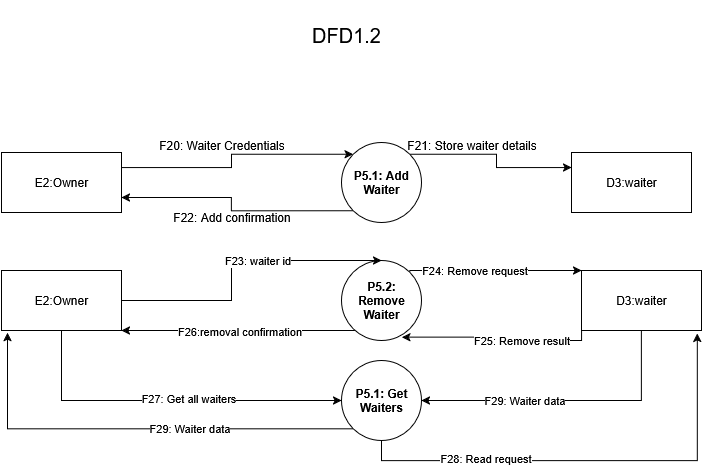
Earlier version of the draw.io export Diagrams/DFD1.2Waiter_Handler.drawio.png (EyasSh/Resturant). Source tidied: cells renumbered, new cells last; positions are measured from the earlier drawing's top-left corner, leaving out a move shared by most shapes.
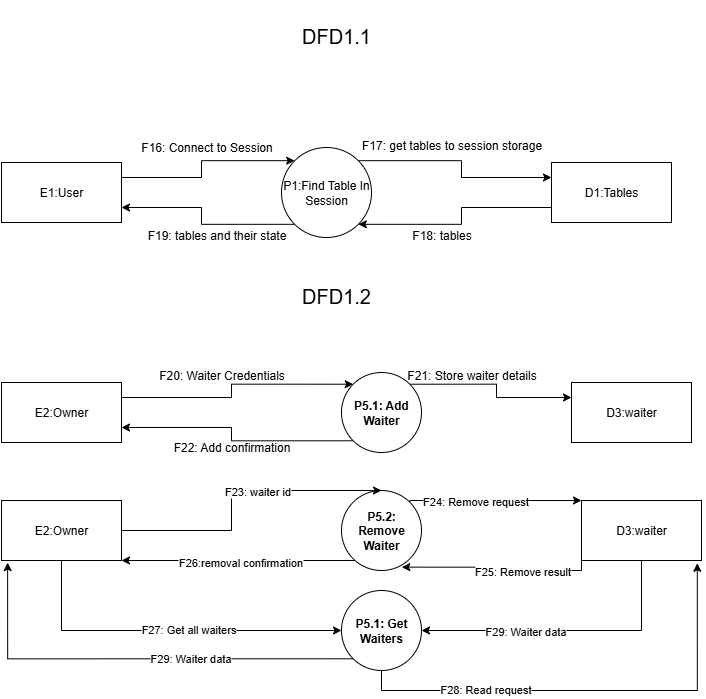
After the change.

Diff of the diagram source:
```diff
@@ -3,7 +3,7 @@
     <mxCell id="0" />
     <mxCell id="1" parent="0" />
     <mxCell id="2" value="DFD1.2" style="text;html=1;align=center;verticalAlign=middle;whiteSpace=wrap;rounded=0;fontSize=20;" parent="1" vertex="1">
-      <mxGeometry x="280" width="130" height="70" as="geometry" />
+      <mxGeometry x="270" y="30" width="130" height="70" as="geometry" />
     </mxCell>
     <mxCell id="3" style="edgeStyle=orthogonalEdgeStyle;rounded=0;jettySize=auto;html=1;exitX=1;exitY=0.25;exitDx=0;exitDy=0;entryX=0;entryY=0;entryDx=0;entryDy=0;" parent="1" edge="1" source="4" target="8">
       <mxGeometry relative="1" as="geometry" />
@@ -112,5 +112,41 @@
     <mxCell id="31" value="F29: Waiter data" style="edgeLabel;html=1;align=center;verticalAlign=middle;" parent="30" vertex="1">
       <mxGeometry x="-0.26" y="-1" relative="1" as="geometry" />
     </mxCell>
+    <mxCell id="32" style="edgeStyle=orthogonalEdgeStyle;rounded=0;jettySize=auto;html=1;exitX=1;exitY=0.25;exitDx=0;exitDy=0;entryX=0;entryY=0;entryDx=0;entryDy=0;" parent="1" edge="1" source="33" target="38">
+      <mxGeometry relative="1" as="geometry" />
+    </mxCell>
+    <mxCell id="33" value="E1:User" style="rounded=0;whiteSpace=wrap;html=1;" parent="1" vertex="1">
+      <mxGeometry y="-68" width="120" height="60" as="geometry" />
+    </mxCell>
+    <mxCell id="34" style="edgeStyle=orthogonalEdgeStyle;rounded=0;jettySize=auto;html=1;exitX=0;exitY=0.75;exitDx=0;exitDy=0;entryX=1;entryY=1;entryDx=0;entryDy=0;" parent="1" edge="1" source="35" target="38">
+      <mxGeometry relative="1" as="geometry" />
+    </mxCell>
+    <mxCell id="35" value="D1:Tables" style="rounded=0;whiteSpace=wrap;html=1;" parent="1" vertex="1">
+      <mxGeometry x="550" y="-68" width="120" height="60" as="geometry" />
+    </mxCell>
+    <mxCell id="36" style="edgeStyle=orthogonalEdgeStyle;rounded=0;jettySize=auto;html=1;exitX=1;exitY=0;exitDx=0;exitDy=0;entryX=0;entryY=0.25;entryDx=0;entryDy=0;" parent="1" edge="1" source="38" target="35">
+      <mxGeometry relative="1" as="geometry" />
+    </mxCell>
+    <mxCell id="37" style="edgeStyle=orthogonalEdgeStyle;rounded=0;jettySize=auto;html=1;exitX=0;exitY=1;exitDx=0;exitDy=0;entryX=1;entryY=0.75;entryDx=0;entryDy=0;" parent="1" edge="1" source="38" target="33">
+      <mxGeometry relative="1" as="geometry" />
+    </mxCell>
+    <mxCell id="38" value="P1:Find Table In Session" style="ellipse;whiteSpace=wrap;html=1;" parent="1" vertex="1">
+      <mxGeometry x="280" y="-83" width="90" height="90" as="geometry" />
+    </mxCell>
+    <mxCell id="39" value="&lt;div&gt;F16: Connect to Session&lt;/div&gt;" style="text;html=1;align=center;verticalAlign=middle;strokeColor=none;fillColor=none;" parent="1" vertex="1">
+      <mxGeometry x="130" y="-98" width="150" height="30" as="geometry" />
+    </mxCell>
+    <mxCell id="40" value="F17: get tables to session storage" style="text;html=1;align=center;verticalAlign=middle;strokeColor=none;fillColor=none;" parent="1" vertex="1">
+      <mxGeometry x="350" y="-100" width="200" height="30" as="geometry" />
+    </mxCell>
+    <mxCell id="41" value="F18: tables" style="text;html=1;align=center;verticalAlign=middle;strokeColor=none;fillColor=none;" parent="1" vertex="1">
+      <mxGeometry x="400" y="-10" width="80" height="30" as="geometry" />
+    </mxCell>
+    <mxCell id="42" value="&lt;div&gt;F19: tables and their state&lt;/div&gt;" style="text;html=1;align=center;verticalAlign=middle;strokeColor=none;fillColor=none;" parent="1" vertex="1">
+      <mxGeometry x="135" y="-10" width="160" height="30" as="geometry" />
+    </mxCell>
+    <mxCell id="43" value="DFD1.1" style="text;html=1;align=center;verticalAlign=middle;whiteSpace=wrap;rounded=0;fontSize=20;" parent="1" vertex="1">
+      <mxGeometry x="270" y="-230" width="130" height="70" as="geometry" />
+    </mxCell>
   </root>
 </mxGraphModel>
```
